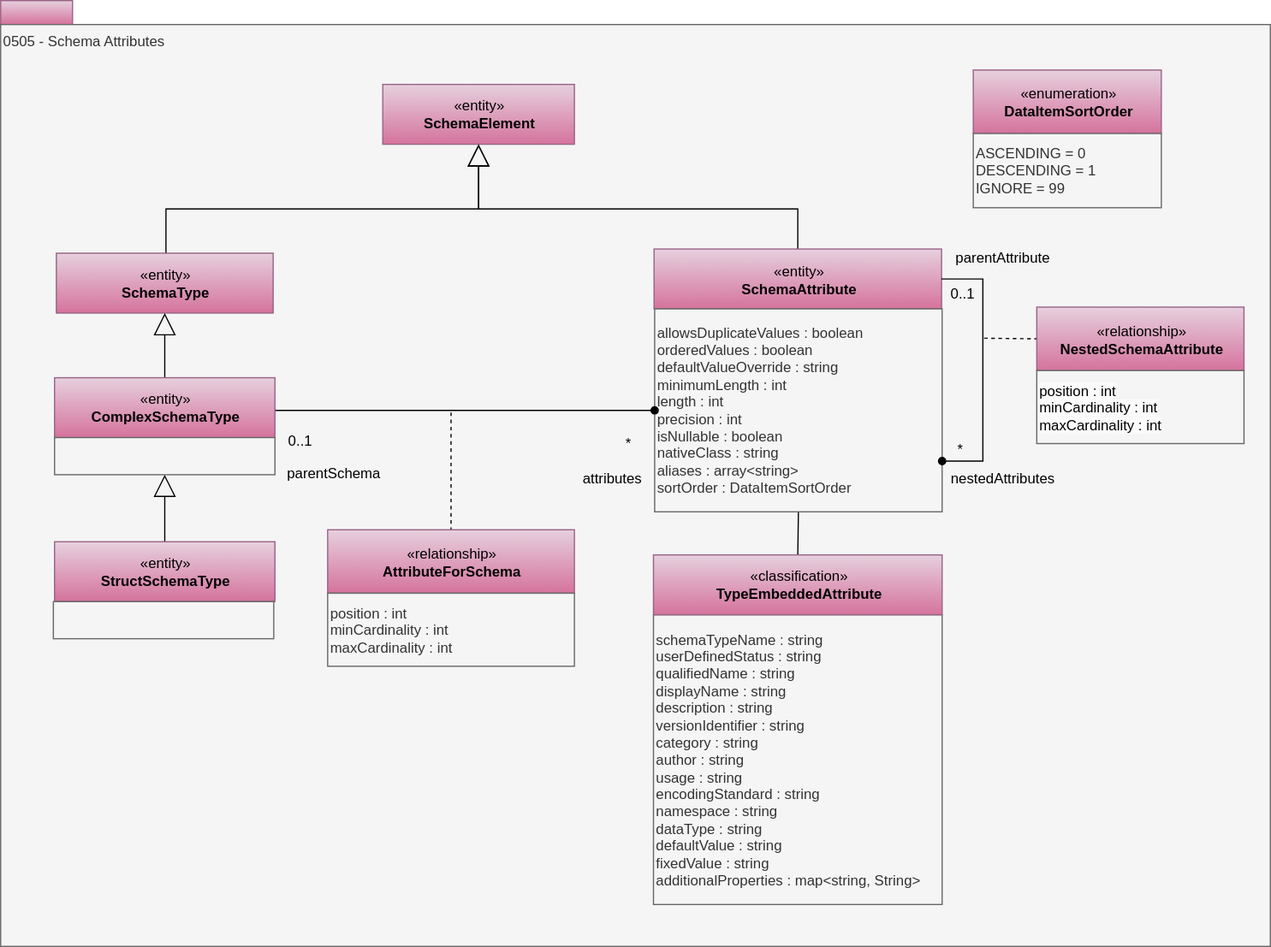
This is site/docs/types/5/0505-Schema-Attributes.svg from odpi/egeria-docs, a draw.io export, as it was before one commit. Source tidied: cells renumbered, new cells last; positions are measured from the earlier drawing's top-left corner, leaving out a move shared by most shapes.
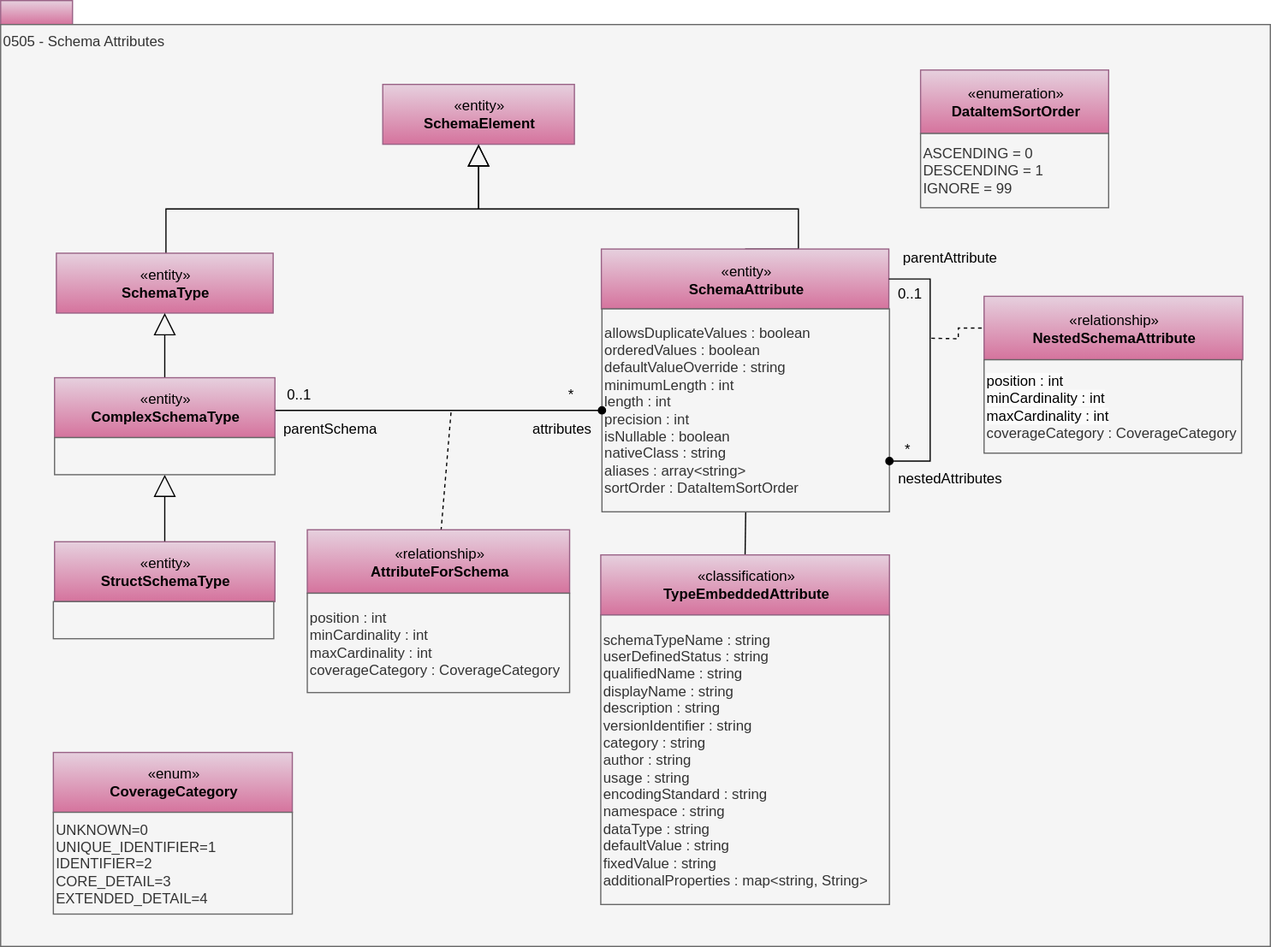
Above is the later version.

Diff of the diagram source:
```diff
@@ -37,20 +37,20 @@
     </mxCell>
     <mxCell id="9" style="endArrow=none;dashed=1;html=1;edgeStyle=orthogonalEdgeStyle;rounded=0;entryX=0;entryY=0.5;entryDx=0;entryDy=0;" parent="1" edge="1" target="26">
       <mxGeometry relative="1" as="geometry">
-        <mxPoint x="821" y="282" as="sourcePoint" />
+        <mxPoint x="777" y="282" as="sourcePoint" />
       </mxGeometry>
     </mxCell>
     <mxCell id="10" value="parentAttribute" style="text;html=1;strokeColor=none;fillColor=none;align=center;verticalAlign=middle;whiteSpace=wrap;rounded=0;" parent="1" vertex="1">
-      <mxGeometry x="783" y="204.5" width="107" height="20" as="geometry" />
+      <mxGeometry x="739" y="204.5" width="107" height="20" as="geometry" />
     </mxCell>
     <mxCell id="11" value="nestedAttributes" style="text;html=1;strokeColor=none;fillColor=none;align=center;verticalAlign=middle;whiteSpace=wrap;rounded=0;" parent="1" vertex="1">
-      <mxGeometry x="783" y="389.2" width="107" height="20" as="geometry" />
+      <mxGeometry x="739" y="389.2" width="107" height="20" as="geometry" />
     </mxCell>
     <mxCell id="12" value="*" style="text;html=1;strokeColor=none;fillColor=none;align=center;verticalAlign=middle;whiteSpace=wrap;rounded=0;" parent="1" vertex="1">
-      <mxGeometry x="781" y="364.5" width="40" height="20" as="geometry" />
+      <mxGeometry x="737" y="364.5" width="40" height="20" as="geometry" />
     </mxCell>
     <mxCell id="13" value="0..1" style="text;html=1;strokeColor=none;fillColor=none;align=center;verticalAlign=middle;whiteSpace=wrap;rounded=0;" parent="1" vertex="1">
-      <mxGeometry x="783" y="235" width="40" height="20" as="geometry" />
+      <mxGeometry x="739" y="235" width="40" height="20" as="geometry" />
     </mxCell>
     <mxCell id="14" style="endArrow=none;dashed=1;html=1;" parent="1" edge="1" target="28">
       <mxGeometry relative="1" as="geometry">
@@ -61,51 +61,51 @@
       <mxGeometry relative="1" as="geometry" />
     </mxCell>
     <mxCell id="16" value="*" style="text;html=1;strokeColor=none;fillColor=none;align=center;verticalAlign=middle;whiteSpace=wrap;rounded=0;" parent="1" vertex="1">
-      <mxGeometry x="503.5" y="360" width="40" height="20" as="geometry" />
+      <mxGeometry x="456" y="319" width="40" height="20" as="geometry" />
     </mxCell>
     <mxCell id="17" value="0..1" style="text;html=1;strokeColor=none;fillColor=none;align=center;verticalAlign=middle;whiteSpace=wrap;rounded=0;" parent="1" vertex="1">
-      <mxGeometry x="230" y="358" width="40" height="20" as="geometry" />
+      <mxGeometry x="229" y="319" width="40" height="20" as="geometry" />
     </mxCell>
     <mxCell id="18" value="attributes" style="text;html=1;strokeColor=none;fillColor=none;align=center;verticalAlign=middle;whiteSpace=wrap;rounded=0;" parent="1" vertex="1">
-      <mxGeometry x="476.5" y="389.2" width="67" height="20" as="geometry" />
+      <mxGeometry x="435" y="348" width="67" height="20" as="geometry" />
     </mxCell>
     <mxCell id="19" value="parentSchema" style="text;html=1;strokeColor=none;fillColor=none;align=center;verticalAlign=middle;whiteSpace=wrap;rounded=0;" parent="1" vertex="1">
-      <mxGeometry x="228" y="384.5" width="100" height="20" as="geometry" />
+      <mxGeometry x="225" y="348" width="100" height="20" as="geometry" />
     </mxCell>
     <mxCell id="20" style="edgeStyle=orthogonalEdgeStyle;rounded=0;jettySize=auto;html=1;exitX=0.5;exitY=0;exitDx=0;exitDy=0;entryX=0.5;entryY=1;entryDx=0;entryDy=0;endArrow=block;endFill=0;endSize=16;" parent="1" edge="1" source="31" target="34">
       <mxGeometry relative="1" as="geometry" />
     </mxCell>
     <mxCell id="21" value="«entity»&lt;br&gt;&lt;b&gt;SchemaAttribute&lt;/b&gt;" style="html=1;strokeColor=#996185;align=center;fillColor=#e6d0de;gradientColor=#d5739d;" parent="1" vertex="1">
-      <mxGeometry x="545.5" y="207.5" width="240" height="50" as="geometry" />
+      <mxGeometry x="501.5" y="207.5" width="240" height="50" as="geometry" />
     </mxCell>
     <mxCell id="22" value="&lt;font style=&quot;white-space: normal&quot;&gt;allowsDuplicateValues : boolean&lt;br&gt;orderedValues : boolean&lt;br&gt;&lt;/font&gt;&lt;span&gt;defaultValueOverride : string&lt;br&gt;minimumLength : int&lt;br&gt;length : int&lt;br&gt;precision : int&lt;br&gt;isNullable : boolean&lt;br&gt;&lt;/span&gt;&lt;font style=&quot;white-space: normal&quot;&gt;nativeClass : string&lt;br&gt;aliases : array&amp;lt;string&amp;gt;&lt;br&gt;sortOrder : DataItemSortOrder&lt;br&gt;&lt;/font&gt;" style="rounded=0;whiteSpace=wrap;html=1;strokeColor=#666666;align=left;fontColor=#333333;fillColor=#f5f5f5;" parent="1" vertex="1">
-      <mxGeometry x="546" y="257.5" width="240" height="169.5" as="geometry" />
+      <mxGeometry x="502" y="257.5" width="240" height="169.5" as="geometry" />
     </mxCell>
     <mxCell id="23" value="schemaTypeName : string&lt;div&gt;userDefinedStatus : string&lt;br&gt;qualifiedName : string&lt;br&gt;displayName : string&lt;br&gt;description : string&lt;br&gt;versionIdentifier : string&lt;/div&gt;&lt;div&gt;category : string&lt;br&gt;author : string&lt;br&gt;usage : string&lt;br&gt;encodingStandard : string&lt;br&gt;namespace : string&lt;br&gt;dataType : string&lt;br&gt;defaultValue : string&lt;br&gt;fixedValue : string&lt;br&gt;additionalProperties : map&amp;lt;string, String&amp;gt;&lt;br&gt;&lt;div style=&quot;text-align: left&quot;&gt;&lt;/div&gt;&lt;/div&gt;" style="rounded=0;whiteSpace=wrap;html=1;strokeColor=#666666;align=left;fillColor=#f5f5f5;fontColor=#333333;" parent="1" vertex="1">
-      <mxGeometry x="545" y="513" width="241" height="242" as="geometry" />
+      <mxGeometry x="501" y="513" width="241" height="242" as="geometry" />
     </mxCell>
     <mxCell id="24" value="«classification»&lt;br&gt;&lt;b&gt;TypeEmbeddedAttribute&lt;/b&gt;" style="html=1;strokeColor=#996185;align=center;fillColor=#e6d0de;gradientColor=#d5739d;" parent="1" vertex="1">
-      <mxGeometry x="545" y="463" width="241" height="50" as="geometry" />
+      <mxGeometry x="501" y="463" width="241" height="50" as="geometry" />
     </mxCell>
     <mxCell id="25" style="edgeStyle=orthogonalEdgeStyle;rounded=0;jettySize=auto;html=1;entryX=1;entryY=0.75;entryDx=0;entryDy=0;fontColor=#FF0000;endArrow=oval;endFill=1;exitX=1;exitY=0.5;exitDx=0;exitDy=0;" parent="1" edge="1" source="21" target="22">
       <mxGeometry relative="1" as="geometry">
         <Array as="points">
-          <mxPoint x="820" y="233" />
-          <mxPoint x="820" y="385" />
+          <mxPoint x="776" y="233" />
+          <mxPoint x="776" y="385" />
         </Array>
       </mxGeometry>
     </mxCell>
     <mxCell id="26" value="«relationship»&lt;br&gt;&lt;b&gt;NestedSchemaAttribute&lt;/b&gt;" style="html=1;strokeColor=#996185;align=center;fillColor=#e6d0de;gradientColor=#d5739d;" parent="1" vertex="1">
-      <mxGeometry x="865" y="256" width="173" height="53" as="geometry" />
+      <mxGeometry x="821" y="247" width="216" height="53" as="geometry" />
     </mxCell>
-    <mxCell id="27" value="&lt;span style=&quot;forced-color-adjust: none; color: rgb(0, 0, 0); font-family: Helvetica; font-size: 12px; font-style: normal; font-variant-ligatures: normal; font-variant-caps: normal; font-weight: 400; letter-spacing: normal; orphans: 2; text-indent: 0px; text-transform: none; widows: 2; word-spacing: 0px; -webkit-text-stroke-width: 0px; white-space: normal; background-color: rgb(251, 251, 251); text-decoration-thickness: initial; text-decoration-style: initial; text-decoration-color: initial;&quot;&gt;position : int&lt;/span&gt;&lt;br style=&quot;forced-color-adjust: none; color: rgb(0, 0, 0); font-family: Helvetica; font-size: 12px; font-style: normal; font-variant-ligatures: normal; font-variant-caps: normal; font-weight: 400; letter-spacing: normal; orphans: 2; text-indent: 0px; text-transform: none; widows: 2; word-spacing: 0px; -webkit-text-stroke-width: 0px; white-space: normal; background-color: rgb(251, 251, 251); text-decoration-thickness: initial; text-decoration-style: initial; text-decoration-color: initial;&quot;&gt;&lt;font style=&quot;forced-color-adjust: none; color: rgb(0, 0, 0); font-family: Helvetica; font-size: 12px; font-style: normal; font-variant-ligatures: normal; font-variant-caps: normal; font-weight: 400; letter-spacing: normal; orphans: 2; text-indent: 0px; text-transform: none; widows: 2; word-spacing: 0px; -webkit-text-stroke-width: 0px; white-space: normal; background-color: rgb(251, 251, 251); text-decoration-thickness: initial; text-decoration-style: initial; text-decoration-color: initial;&quot;&gt;minCardinality : int&lt;br style=&quot;forced-color-adjust: none;&quot;&gt;maxCardinality : int&lt;/font&gt;" style="rounded=0;whiteSpace=wrap;html=1;strokeColor=#666666;align=left;fillColor=#f5f5f5;fontColor=#333333;" parent="1" vertex="1">
-      <mxGeometry x="865" y="309" width="173" height="61" as="geometry" />
+    <mxCell id="27" value="&lt;span style=&quot;forced-color-adjust: none; color: rgb(0, 0, 0); font-family: Helvetica; font-size: 12px; font-style: normal; font-variant-ligatures: normal; font-variant-caps: normal; font-weight: 400; letter-spacing: normal; orphans: 2; text-indent: 0px; text-transform: none; widows: 2; word-spacing: 0px; -webkit-text-stroke-width: 0px; white-space: normal; background-color: rgb(251, 251, 251); text-decoration-thickness: initial; text-decoration-style: initial; text-decoration-color: initial;&quot;&gt;position : int&lt;/span&gt;&lt;br style=&quot;forced-color-adjust: none; color: rgb(0, 0, 0); font-family: Helvetica; font-size: 12px; font-style: normal; font-variant-ligatures: normal; font-variant-caps: normal; font-weight: 400; letter-spacing: normal; orphans: 2; text-indent: 0px; text-transform: none; widows: 2; word-spacing: 0px; -webkit-text-stroke-width: 0px; white-space: normal; background-color: rgb(251, 251, 251); text-decoration-thickness: initial; text-decoration-style: initial; text-decoration-color: initial;&quot;&gt;&lt;font style=&quot;forced-color-adjust: none; color: rgb(0, 0, 0); font-family: Helvetica; font-size: 12px; font-style: normal; font-variant-ligatures: normal; font-variant-caps: normal; font-weight: 400; letter-spacing: normal; orphans: 2; text-indent: 0px; text-transform: none; widows: 2; word-spacing: 0px; -webkit-text-stroke-width: 0px; white-space: normal; background-color: rgb(251, 251, 251); text-decoration-thickness: initial; text-decoration-style: initial; text-decoration-color: initial;&quot;&gt;minCardinality : int&lt;br style=&quot;forced-color-adjust: none;&quot;&gt;maxCardinality : int&lt;/font&gt;&lt;div&gt;&lt;font style=&quot;forced-color-adjust: none; color: rgb(0, 0, 0); font-family: Helvetica; font-size: 12px; font-style: normal; font-variant-ligatures: normal; font-variant-caps: normal; font-weight: 400; letter-spacing: normal; orphans: 2; text-indent: 0px; text-transform: none; widows: 2; word-spacing: 0px; -webkit-text-stroke-width: 0px; white-space: normal; text-decoration-thickness: initial; text-decoration-style: initial; text-decoration-color: initial;&quot;&gt;&lt;span style=&quot;color: rgb(51, 51, 51);&quot;&gt;coverageCategory : CoverageCategory&lt;/span&gt;&lt;/font&gt;&lt;/div&gt;" style="rounded=0;whiteSpace=wrap;html=1;strokeColor=#666666;align=left;fillColor=#f5f5f5;fontColor=#333333;" parent="1" vertex="1">
+      <mxGeometry x="821" y="300" width="215" height="78" as="geometry" />
     </mxCell>
     <mxCell id="28" value="«relationship»&lt;br&gt;&lt;b&gt;AttributeForSchema&lt;/b&gt;" style="html=1;strokeColor=#996185;align=center;fillColor=#e6d0de;gradientColor=#d5739d;" parent="1" vertex="1">
-      <mxGeometry x="273" y="442" width="206" height="53" as="geometry" />
+      <mxGeometry x="256" y="442" width="219" height="53" as="geometry" />
     </mxCell>
-    <mxCell id="29" value="position : int&lt;br&gt;minCardinality : int&lt;br&gt;maxCardinality : int" style="rounded=0;whiteSpace=wrap;html=1;strokeColor=#666666;align=left;fillColor=#f5f5f5;fontColor=#333333;" parent="1" vertex="1">
-      <mxGeometry x="273" y="495" width="206" height="61" as="geometry" />
+    <mxCell id="29" value="position : int&lt;br&gt;minCardinality : int&lt;br&gt;maxCardinality : int&lt;div&gt;coverageCategory : CoverageCategory&lt;/div&gt;" style="rounded=0;whiteSpace=wrap;html=1;strokeColor=#666666;align=left;fillColor=#f5f5f5;fontColor=#333333;" parent="1" vertex="1">
+      <mxGeometry x="256" y="495" width="219" height="83" as="geometry" />
     </mxCell>
     <mxCell id="30" style="edgeStyle=orthogonalEdgeStyle;rounded=0;jettySize=auto;html=1;exitX=1;exitY=0.5;exitDx=0;exitDy=0;entryX=0;entryY=0.5;entryDx=0;entryDy=0;endArrow=oval;endFill=1;" parent="1" edge="1" source="33" target="22">
       <mxGeometry relative="1" as="geometry">
@@ -127,10 +127,16 @@
       <mxGeometry x="45" y="365" width="184" height="31" as="geometry" />
     </mxCell>
     <mxCell id="35" value="«enumeration»&lt;br&gt;&lt;b&gt;DataItemSortOrder&lt;/b&gt;" style="html=1;strokeColor=#996185;align=center;fillColor=#e6d0de;gradientColor=#d5739d;" parent="1" vertex="1">
-      <mxGeometry x="812" y="58" width="157" height="53" as="geometry" />
+      <mxGeometry x="768" y="58" width="157" height="53" as="geometry" />
     </mxCell>
     <mxCell id="36" value="&lt;div&gt;ASCENDING = 0&lt;/div&gt;&lt;div&gt;DESCENDING = 1&lt;/div&gt;&lt;div&gt;IGNORE = 99&lt;/div&gt;" style="rounded=0;whiteSpace=wrap;html=1;strokeColor=#666666;align=left;fillColor=#f5f5f5;fontColor=#333333;" parent="1" vertex="1">
-      <mxGeometry x="812" y="111" width="157" height="62" as="geometry" />
+      <mxGeometry x="768" y="111" width="157" height="62" as="geometry" />
     </mxCell>
+    <mxCell id="37" value="«enum»&lt;br&gt;&lt;b&gt;CoverageCategory&lt;/b&gt;" style="html=1;strokeColor=#996185;align=center;fillColor=#e6d0de;gradientColor=#d5739d;" parent="1" vertex="1">
+      <mxGeometry x="44" y="628" width="199.5" height="50" as="geometry" />
+    </mxCell>
+    <mxCell id="38" value="&lt;div style=&quot;text-align: left&quot;&gt;UNKNOWN=0&lt;/div&gt;&lt;div style=&quot;text-align: left&quot;&gt;UNIQUE_IDENTIFIER=1&lt;/div&gt;&lt;div style=&quot;text-align: left&quot;&gt;IDENTIFIER=2&lt;/div&gt;&lt;div style=&quot;text-align: left&quot;&gt;CORE_DETAIL=3&lt;/div&gt;&lt;div style=&quot;text-align: left&quot;&gt;EXTENDED_DETAIL=4&lt;/div&gt;" style="rounded=0;whiteSpace=wrap;html=1;strokeColor=#666666;align=left;fillColor=#f5f5f5;fontColor=#333333;" parent="1" vertex="1">
+      <mxGeometry x="44" y="678" width="199.5" height="85" as="geometry" />
+    </mxCell>
   </root>
 </mxGraphModel>
```
